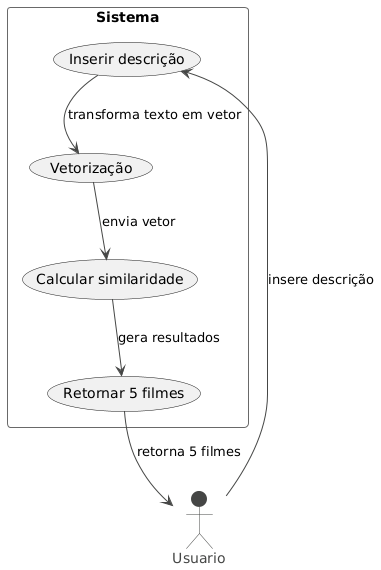
juliatonie/BrasilSinopse keeps this PlantUML diagram as docs/images/caso_uso.png. Above is the earlier version. The source it was exported from:
```plantuml
@startuml
!theme vibrant
actor Usuario

rectangle Sistema {
    usecase "Inserir descrição" as UC1
    usecase "Vetorização" as UC1_5
    usecase "Calcular similaridade" as UC2
    usecase "Retornar 5 filmes" as UC3
}

Usuario --> UC1 : insere descrição
UC1 --> UC1_5 : transforma texto em vetor
UC1_5 --> UC2 : envia vetor
UC2 --> UC3 : gera resultados
UC3 --> Usuario : retorna 5 filmes
@enduml
```
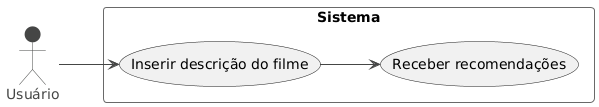
After the change.

Change to the diagram source:
```diff
@@ -1,17 +1,13 @@
 @startuml
 !theme vibrant
-actor Usuario
+left to right direction
 
+actor "Usuário" as User
 rectangle Sistema {
-    usecase "Inserir descrição" as UC1
-    usecase "Vetorização" as UC1_5
-    usecase "Calcular similaridade" as UC2
-    usecase "Retornar 5 filmes" as UC3
+  usecase "Inserir descrição do filme" as UC1
+  usecase "Receber recomendações" as UC2
 }
 
-Usuario --> UC1 : insere descrição
-UC1 --> UC1_5 : transforma texto em vetor
-UC1_5 --> UC2 : envia vetor
-UC2 --> UC3 : gera resultados
-UC3 --> Usuario : retorna 5 filmes
+User --> UC1
+UC1 --> UC2
 @enduml
```
